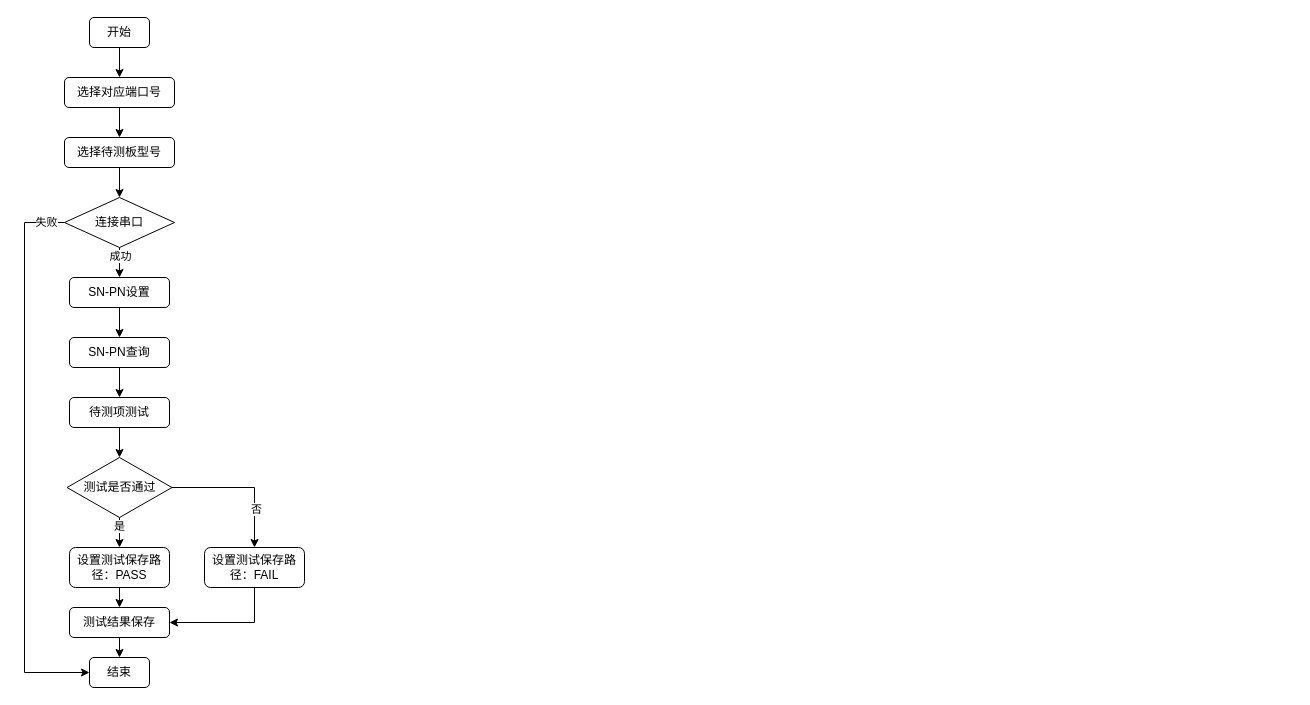
This is SCU50F工装.drawio from Hanye1108/drawio, a draw.io file, before an edit. Source tidied: cells renumbered, new cells numbered last; positions are measured from the earlier drawing's top-left corner, leaving out a move shared by most shapes. Both pictures are drawn from the tidied source at 100%, with x=0, y=0 at pixel (24, 17).
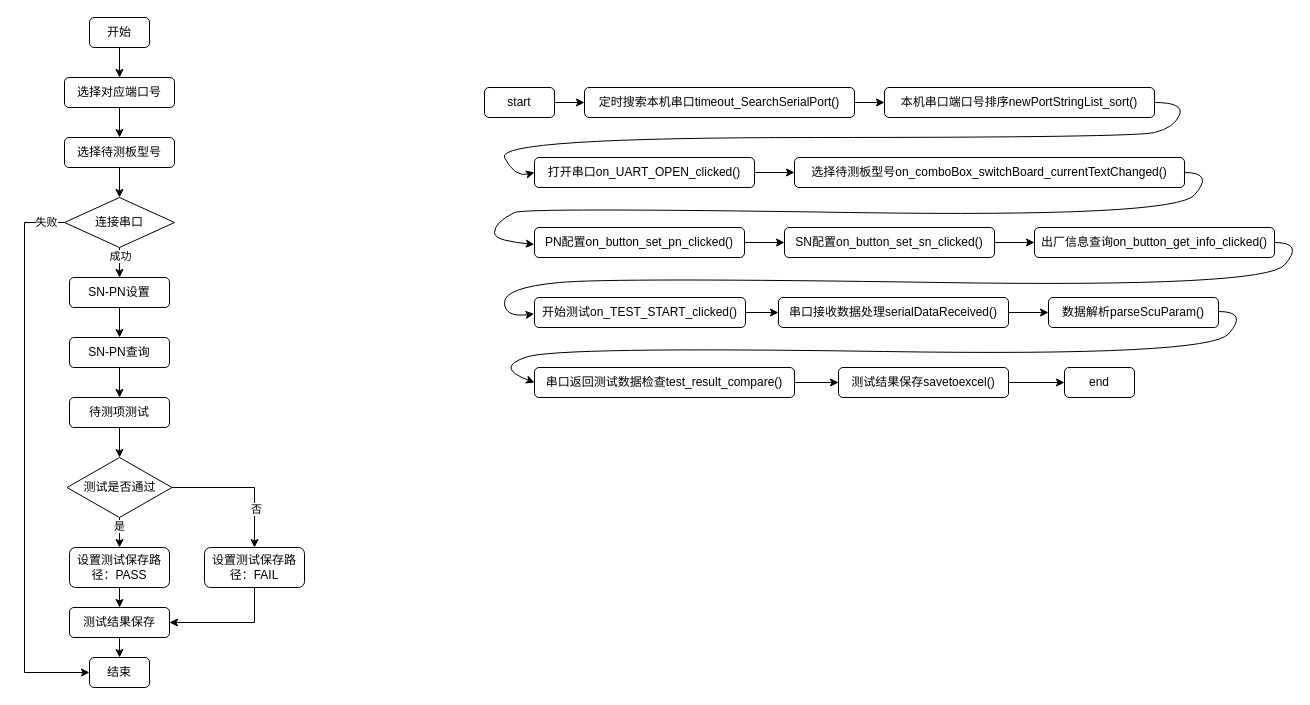
The same page after the edit.

The edit, as a diff of the source:
```diff
@@
+    <mxCell id="31" style="edgeStyle=orthogonalEdgeStyle;rounded=0;jettySize=auto;html=1;" parent="1" edge="1" source="32" target="34">
+      <mxGeometry relative="1" as="geometry" />
+    </mxCell>
+    <mxCell id="32" value="start" style="rounded=1;whiteSpace=wrap;html=1;" parent="1" vertex="1">
+      <mxGeometry x="460" y="70" width="70" height="30" as="geometry" />
+    </mxCell>
+    <mxCell id="33" style="edgeStyle=orthogonalEdgeStyle;rounded=0;jettySize=auto;html=1;exitX=1;exitY=0.5;exitDx=0;exitDy=0;entryX=0;entryY=0.5;entryDx=0;entryDy=0;" parent="1" edge="1" source="34" target="35">
+      <mxGeometry relative="1" as="geometry" />
+    </mxCell>
+    <mxCell id="34" value="定时搜索本机串口timeout_SearchSerialPort()" style="rounded=1;whiteSpace=wrap;html=1;" parent="1" vertex="1">
+      <mxGeometry x="560" y="70" width="270" height="30" as="geometry" />
+    </mxCell>
+    <mxCell id="35" value="本机串口端口号排序newPortStringList_sort()" style="rounded=1;whiteSpace=wrap;html=1;" parent="1" vertex="1">
+      <mxGeometry x="860" y="70" width="270" height="30" as="geometry" />
+    </mxCell>
+    <mxCell id="36" style="edgeStyle=orthogonalEdgeStyle;rounded=0;jettySize=auto;html=1;exitX=1;exitY=0.5;exitDx=0;exitDy=0;entryX=0;entryY=0.5;entryDx=0;entryDy=0;" parent="1" edge="1" source="37" target="39">
+      <mxGeometry relative="1" as="geometry" />
+    </mxCell>
+    <mxCell id="37" value="打开串口on_UART_OPEN_clicked()" style="rounded=1;whiteSpace=wrap;html=1;" parent="1" vertex="1">
+      <mxGeometry x="510" y="140" width="220" height="30" as="geometry" />
+    </mxCell>
+    <mxCell id="38" style="curved=1;endArrow=classic;html=1;rounded=0;exitX=1;exitY=0.5;exitDx=0;exitDy=0;entryX=0;entryY=0.5;entryDx=0;entryDy=0;" parent="1" edge="1" source="35" target="37">
+      <mxGeometry relative="1" as="geometry">
+        <Array as="points">
+          <mxPoint x="1160" y="85" />
+          <mxPoint x="1150" y="110" />
+          <mxPoint x="1110" y="120" />
+          <mxPoint x="470" y="120" />
+          <mxPoint x="490" y="160" />
+        </Array>
+      </mxGeometry>
+    </mxCell>
+    <mxCell id="39" value="选择待测板型号on_comboBox_switchBoard_currentTextChanged()" style="rounded=1;whiteSpace=wrap;html=1;" parent="1" vertex="1">
+      <mxGeometry x="770" y="140" width="390" height="30" as="geometry" />
+    </mxCell>
+    <mxCell id="40" style="edgeStyle=orthogonalEdgeStyle;rounded=0;jettySize=auto;html=1;exitX=1;exitY=0.5;exitDx=0;exitDy=0;entryX=0;entryY=0.5;entryDx=0;entryDy=0;" parent="1" edge="1" source="41" target="43">
+      <mxGeometry relative="1" as="geometry" />
+    </mxCell>
+    <mxCell id="41" value="PN配置on_button_set_pn_clicked()" style="rounded=1;whiteSpace=wrap;html=1;" parent="1" vertex="1">
+      <mxGeometry x="510" y="210" width="210" height="30" as="geometry" />
+    </mxCell>
+    <mxCell id="42" style="edgeStyle=orthogonalEdgeStyle;rounded=0;jettySize=auto;html=1;exitX=1;exitY=0.5;exitDx=0;exitDy=0;entryX=0;entryY=0.5;entryDx=0;entryDy=0;" parent="1" edge="1" source="43" target="44">
+      <mxGeometry relative="1" as="geometry" />
+    </mxCell>
+    <mxCell id="43" value="SN配置on_button_set_sn_clicked()" style="rounded=1;whiteSpace=wrap;html=1;" parent="1" vertex="1">
+      <mxGeometry x="760" y="210" width="210" height="30" as="geometry" />
+    </mxCell>
+    <mxCell id="44" value="出厂信息查询on_button_get_info_clicked()" style="rounded=1;whiteSpace=wrap;html=1;" parent="1" vertex="1">
+      <mxGeometry x="1010" y="210" width="240" height="30" as="geometry" />
+    </mxCell>
+    <mxCell id="45" style="curved=1;endArrow=classic;html=1;rounded=0;exitX=1;exitY=0.5;exitDx=0;exitDy=0;entryX=-0.001;entryY=0.565;entryDx=0;entryDy=0;entryPerimeter=0;" parent="1" edge="1" target="41">
+      <mxGeometry relative="1" as="geometry">
+        <mxPoint x="1160" y="155" as="sourcePoint" />
+        <Array as="points">
+          <mxPoint x="1190" y="155" />
+          <mxPoint x="1150" y="200" />
+          <mxPoint x="500" y="190" />
+          <mxPoint x="480" y="200" />
+          <mxPoint x="470" y="210" />
+          <mxPoint x="470" y="220" />
+          <mxPoint x="490" y="225" />
+        </Array>
+      </mxGeometry>
+    </mxCell>
+    <mxCell id="46" style="edgeStyle=orthogonalEdgeStyle;rounded=0;jettySize=auto;html=1;exitX=1;exitY=0.5;exitDx=0;exitDy=0;entryX=0;entryY=0.5;entryDx=0;entryDy=0;" parent="1" edge="1" source="47" target="49">
+      <mxGeometry relative="1" as="geometry" />
+    </mxCell>
+    <mxCell id="47" value="串口接收数据处理serialDataReceived()" style="rounded=1;whiteSpace=wrap;html=1;" parent="1" vertex="1">
+      <mxGeometry x="754" y="280" width="230" height="30" as="geometry" />
+    </mxCell>
+    <mxCell id="48" style="curved=1;endArrow=classic;html=1;rounded=0;exitX=1;exitY=0.5;exitDx=0;exitDy=0;entryX=-0.002;entryY=0.547;entryDx=0;entryDy=0;entryPerimeter=0;" parent="1" edge="1" target="51">
+      <mxGeometry relative="1" as="geometry">
+        <mxPoint x="1250" y="225" as="sourcePoint" />
+        <Array as="points">
+          <mxPoint x="1280" y="225" />
+          <mxPoint x="1240" y="270" />
+          <mxPoint x="590" y="260" />
+          <mxPoint x="480" y="270" />
+          <mxPoint x="480" y="300" />
+        </Array>
+      </mxGeometry>
+    </mxCell>
+    <mxCell id="49" value="数据解析parseScuParam()" style="rounded=1;whiteSpace=wrap;html=1;" parent="1" vertex="1">
+      <mxGeometry x="1024" y="280" width="170" height="30" as="geometry" />
+    </mxCell>
+    <mxCell id="50" style="edgeStyle=orthogonalEdgeStyle;rounded=0;jettySize=auto;html=1;exitX=1;exitY=0.5;exitDx=0;exitDy=0;entryX=0;entryY=0.5;entryDx=0;entryDy=0;" parent="1" edge="1" source="51" target="47">
+      <mxGeometry relative="1" as="geometry" />
+    </mxCell>
+    <mxCell id="51" value="开始测试on_TEST_START_clicked()" style="rounded=1;whiteSpace=wrap;html=1;" parent="1" vertex="1">
+      <mxGeometry x="510" y="280" width="211" height="30" as="geometry" />
+    </mxCell>
+    <mxCell id="52" style="edgeStyle=orthogonalEdgeStyle;rounded=0;jettySize=auto;html=1;exitX=1;exitY=0.5;exitDx=0;exitDy=0;entryX=0;entryY=0.5;entryDx=0;entryDy=0;" parent="1" edge="1" source="53" target="56">
+      <mxGeometry relative="1" as="geometry" />
+    </mxCell>
+    <mxCell id="53" value="串口返回测试数据检查test_result_compare()" style="rounded=1;whiteSpace=wrap;html=1;" parent="1" vertex="1">
+      <mxGeometry x="510" y="350" width="260" height="30" as="geometry" />
+    </mxCell>
+    <mxCell id="54" style="curved=1;endArrow=classic;html=1;rounded=0;exitX=1;exitY=0.5;exitDx=0;exitDy=0;entryX=0;entryY=0.5;entryDx=0;entryDy=0;" parent="1" edge="1" target="53">
+      <mxGeometry relative="1" as="geometry">
+        <mxPoint x="1194" y="294" as="sourcePoint" />
+        <Array as="points">
+          <mxPoint x="1224" y="294" />
+          <mxPoint x="1184" y="339" />
+          <mxPoint x="534" y="329" />
+          <mxPoint x="470" y="350" />
+        </Array>
+      </mxGeometry>
+    </mxCell>
+    <mxCell id="55" style="edgeStyle=orthogonalEdgeStyle;rounded=0;jettySize=auto;html=1;exitX=1;exitY=0.5;exitDx=0;exitDy=0;entryX=0;entryY=0.5;entryDx=0;entryDy=0;" parent="1" edge="1" source="56" target="57">
+      <mxGeometry relative="1" as="geometry" />
+    </mxCell>
+    <mxCell id="56" value="测试结果保存savetoexcel()" style="rounded=1;whiteSpace=wrap;html=1;" parent="1" vertex="1">
+      <mxGeometry x="814" y="350" width="170" height="30" as="geometry" />
+    </mxCell>
+    <mxCell id="57" value="end" style="rounded=1;whiteSpace=wrap;html=1;" parent="1" vertex="1">
+      <mxGeometry x="1040" y="350" width="70" height="30" as="geometry" />
+    </mxCell>
```
